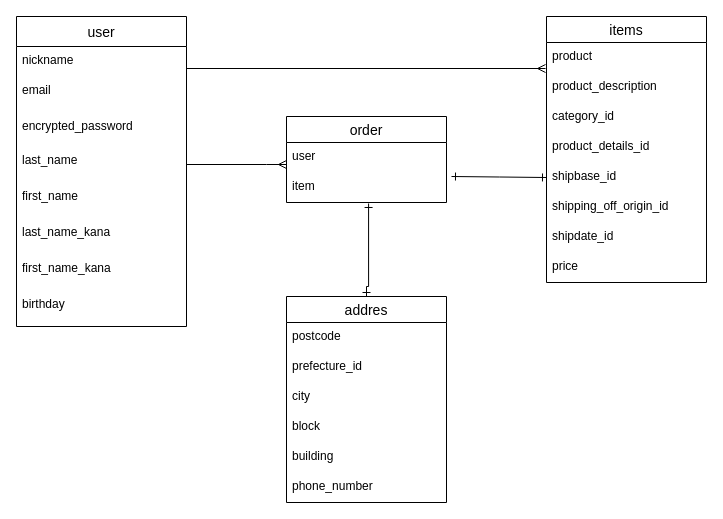
The draw.io diagram test.dio in yohikazu-shibuya/furima-34737, before the edit. Source tidied: cells renumbered, new cells numbered last; positions are measured from the earlier drawing's top-left corner, leaving out a move shared by most shapes. Both pictures are drawn from the tidied source at 100%, with x=0, y=0 at pixel (16, 16).
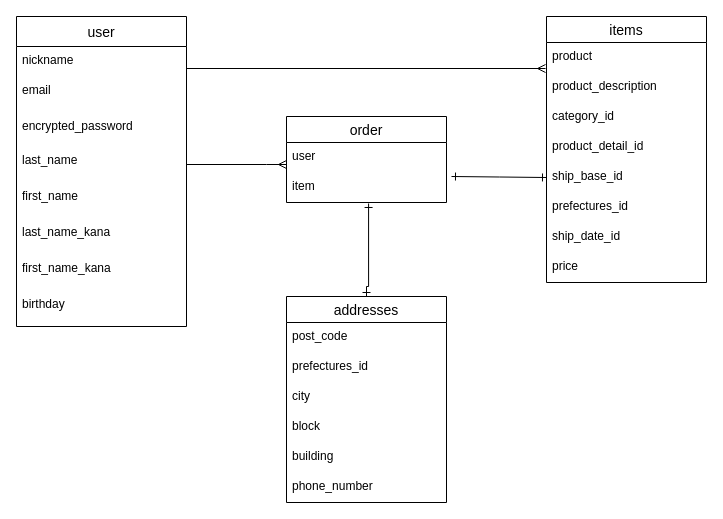
After the change.

The change refers to these unchanged cells:
```xml
<mxCell id="11" value="items" style="swimlane;fontStyle=0;horizontal=1;startSize=26;align=center;fontSize=14;" parent="1" vertex="1">
  <mxGeometry x="530" width="160" height="266" as="geometry" />
</mxCell>
```

Change to the diagram source:
```diff
@@
-    <mxCell id="15" value="product_details_id" style="text;strokeColor=none;fillColor=none;spacingLeft=4;spacingRight=4;overflow=hidden;fontSize=12;" parent="11" vertex="1">
+    <mxCell id="15" value="product_detail_id" style="text;strokeColor=none;fillColor=none;spacingLeft=4;spacingRight=4;overflow=hidden;fontSize=12;" parent="11" vertex="1">
       <mxGeometry y="116" width="160" height="30" as="geometry" />
     </mxCell>
-    <mxCell id="16" value="shipbase_id" style="text;strokeColor=none;fillColor=none;spacingLeft=4;spacingRight=4;overflow=hidden;points=[[0,0.5],[1,0.5]];portConstraint=eastwest;fontSize=12;" parent="11" vertex="1">
+    <mxCell id="16" value="ship_base_id" style="text;strokeColor=none;fillColor=none;spacingLeft=4;spacingRight=4;overflow=hidden;points=[[0,0.5],[1,0.5]];portConstraint=eastwest;fontSize=12;" parent="11" vertex="1">
       <mxGeometry y="146" width="160" height="30" as="geometry" />
     </mxCell>
-    <mxCell id="17" value="shipping_off_origin_id" style="text;strokeColor=none;fillColor=none;spacingLeft=4;spacingRight=4;overflow=hidden;fontSize=12;" parent="11" vertex="1">
+    <mxCell id="17" value="prefectures_id" style="text;strokeColor=none;fillColor=none;spacingLeft=4;spacingRight=4;overflow=hidden;fontSize=12;" parent="11" vertex="1">
       <mxGeometry y="176" width="160" height="30" as="geometry" />
     </mxCell>
-    <mxCell id="18" value="shipdate_id" style="text;strokeColor=none;fillColor=none;spacingLeft=4;spacingRight=4;overflow=hidden;fontSize=12;" parent="11" vertex="1">
+    <mxCell id="18" value="ship_date_id" style="text;strokeColor=none;fillColor=none;spacingLeft=4;spacingRight=4;overflow=hidden;fontSize=12;" parent="11" vertex="1">
       <mxGeometry y="206" width="160" height="30" as="geometry" />
     </mxCell>
@@
-    <mxCell id="24" value="addres" style="swimlane;fontStyle=0;horizontal=1;startSize=26;align=center;fontSize=14;" parent="1" vertex="1">
+    <mxCell id="24" value="addresses" style="swimlane;fontStyle=0;horizontal=1;startSize=26;align=center;fontSize=14;" parent="1" vertex="1">
       <mxGeometry x="270" y="280" width="160" height="206" as="geometry" />
     </mxCell>
-    <mxCell id="25" value="postcode" style="text;strokeColor=none;fillColor=none;spacingLeft=4;spacingRight=4;overflow=hidden;fontSize=12;" parent="24" vertex="1">
+    <mxCell id="25" value="post_code" style="text;strokeColor=none;fillColor=none;spacingLeft=4;spacingRight=4;overflow=hidden;fontSize=12;" parent="24" vertex="1">
       <mxGeometry y="26" width="160" height="30" as="geometry" />
     </mxCell>
-    <mxCell id="26" value="prefecture_id" style="text;strokeColor=none;fillColor=none;spacingLeft=4;spacingRight=4;overflow=hidden;fontSize=12;" parent="24" vertex="1">
+    <mxCell id="26" value="prefectures_id" style="text;strokeColor=none;fillColor=none;spacingLeft=4;spacingRight=4;overflow=hidden;fontSize=12;" parent="24" vertex="1">
       <mxGeometry y="56" width="160" height="30" as="geometry" />
     </mxCell>
```
